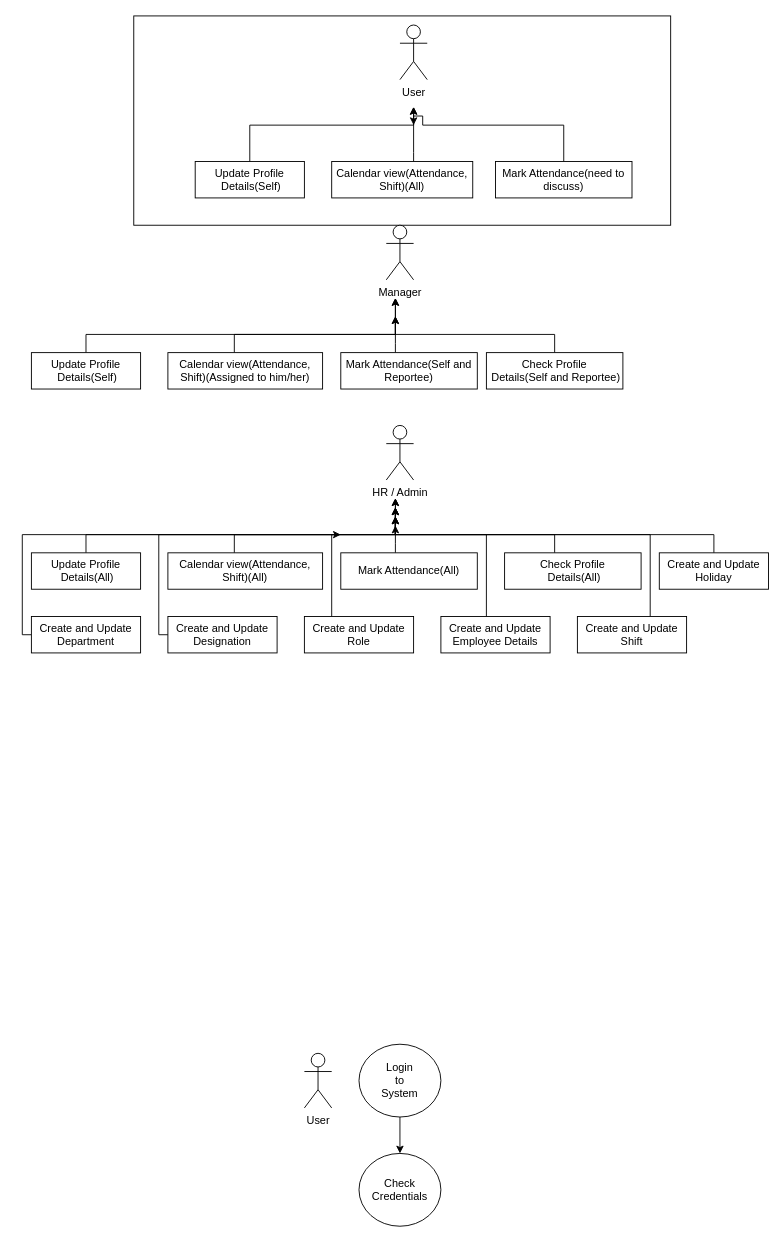
Before: Roster_Proj/Flow Chart.drawio in ravisd94/Roster_Maintenance, a draw.io diagram. Source tidied: cells renumbered, new cells numbered last; positions are measured from the earlier drawing's top-left corner, leaving out a move shared by most shapes. Both pictures are drawn from the tidied source at 91%, with x=0, y=0 at pixel (22, 15).
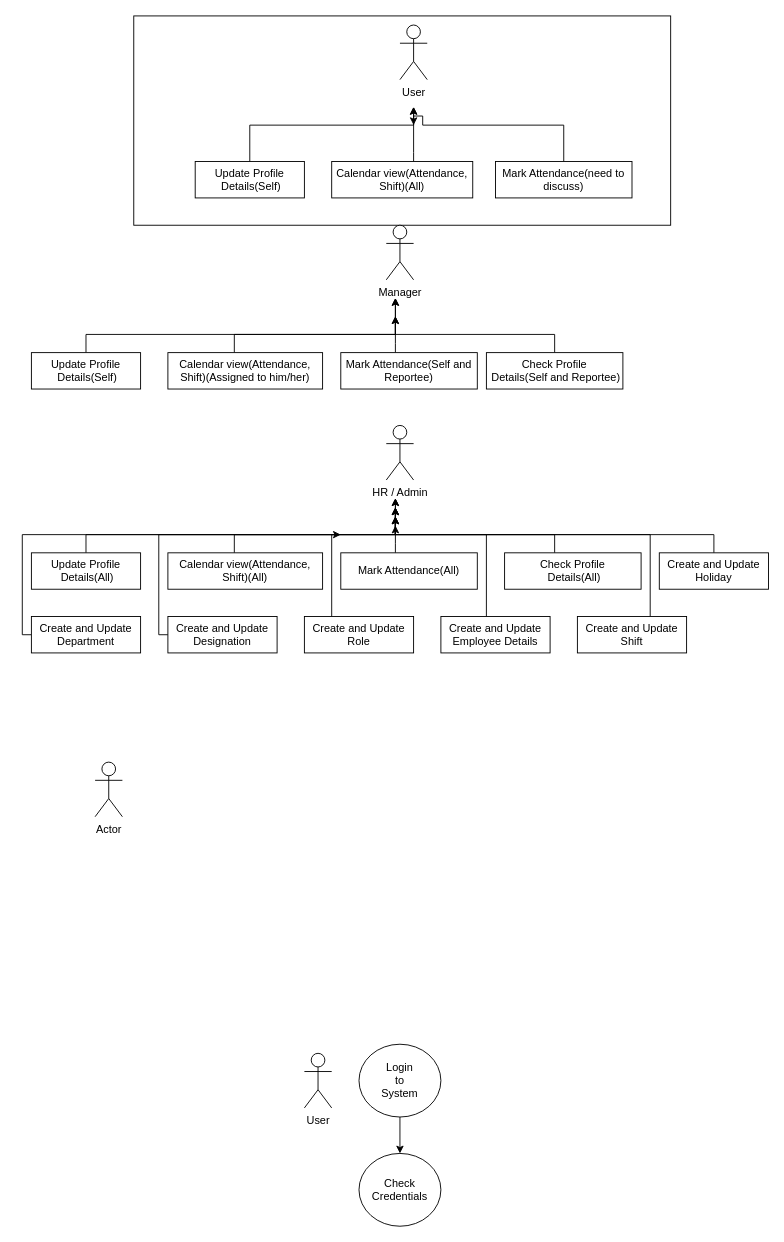
Above is the later version.

What changed in the source:
```diff
@@
+    <mxCell id="44" value="Actor" style="shape=umlActor;verticalLabelPosition=bottom;verticalAlign=top;html=1;" parent="1" vertex="1">
+      <mxGeometry x="80" y="820" width="30" height="60" as="geometry" />
+    </mxCell>
```
